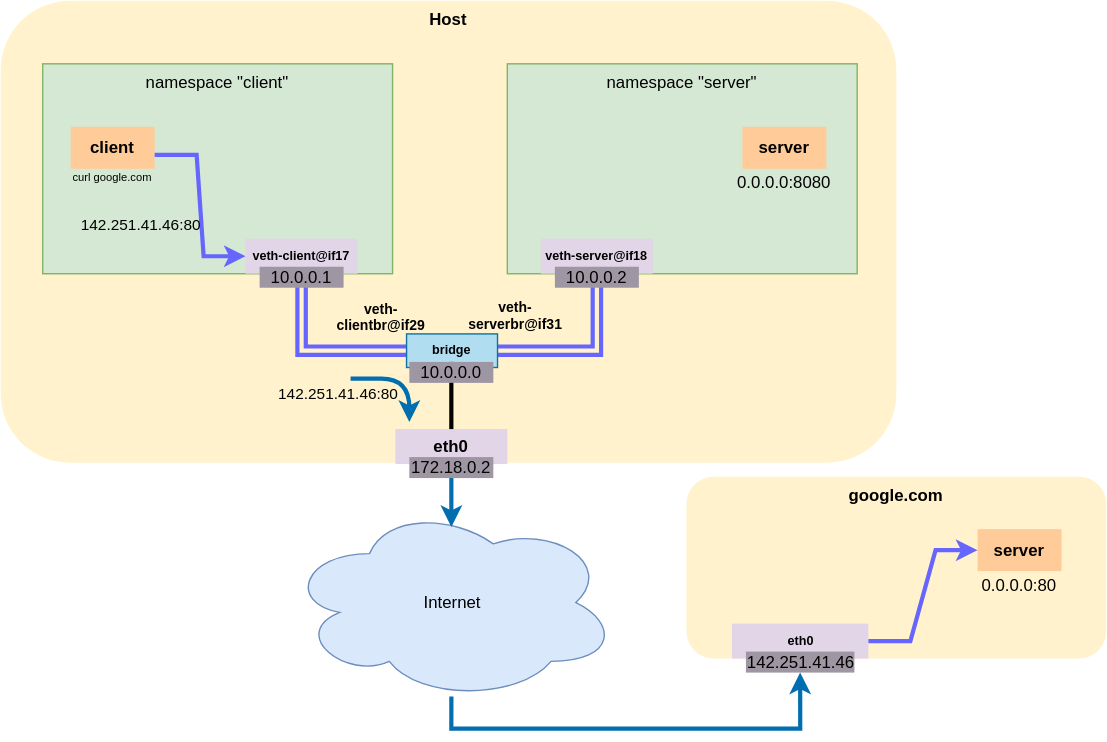
Above: assets/img/k8s-networking/pods-outbound.svg in llorllale/llorllale.github.io (draw.io), before the change. Source tidied: cells renumbered, new cells last; positions are measured from the earlier drawing's top-left corner, leaving out a move shared by most shapes.
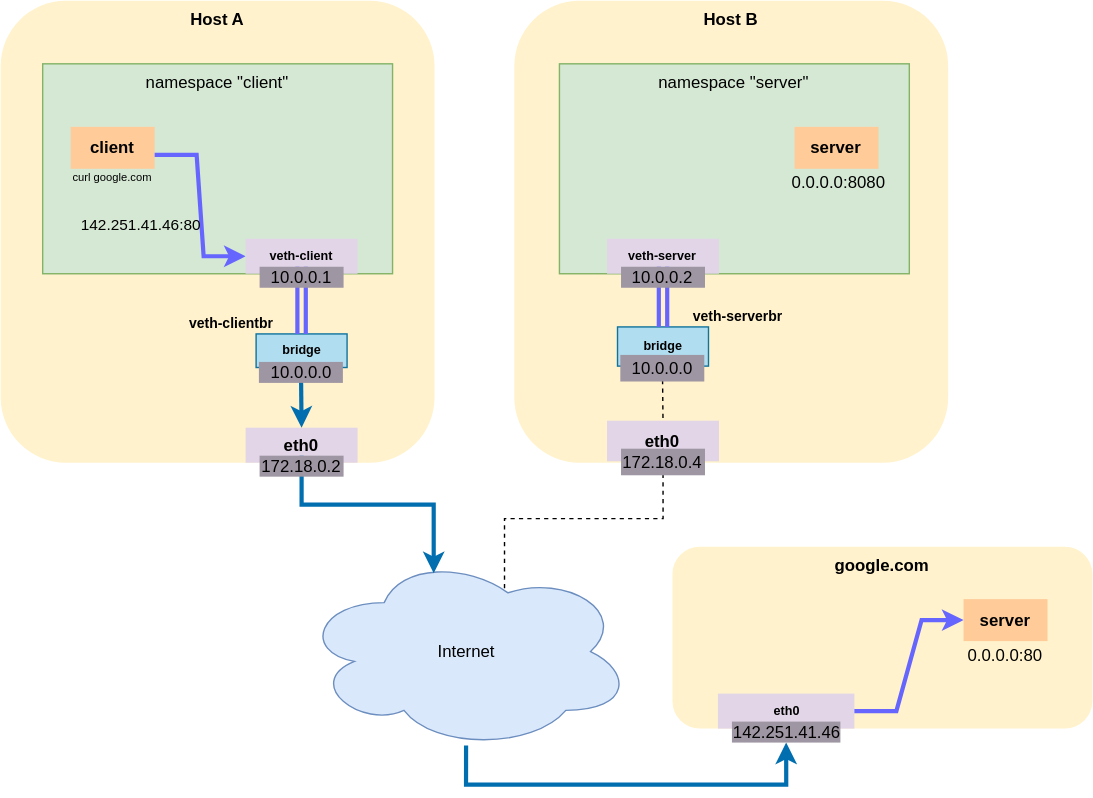
The same diagram one commit later.

The edit, as a diff of the source:
```diff
@@ -2,8 +2,11 @@
   <root>
     <mxCell id="0" />
     <mxCell id="1" parent="0" />
+    <mxCell id="34" value="Host B" style="rounded=1;whiteSpace=wrap;html=1;labelPosition=center;verticalLabelPosition=middle;align=center;verticalAlign=top;fontStyle=1;fillColor=#FFF2CC;strokeColor=none;" parent="1" vertex="1">
+      <mxGeometry x="367" width="310" height="330" as="geometry" />
+    </mxCell>
-    <mxCell id="2" value="Host" style="rounded=1;whiteSpace=wrap;html=1;labelPosition=center;verticalLabelPosition=middle;align=center;verticalAlign=top;fontStyle=1;fillColor=#FFF2CC;strokeColor=none;" parent="1" vertex="1">
-      <mxGeometry width="640" height="330" as="geometry" />
+    <mxCell id="2" value="Host A" style="rounded=1;whiteSpace=wrap;html=1;labelPosition=center;verticalLabelPosition=middle;align=center;verticalAlign=top;fontStyle=1;fillColor=#FFF2CC;strokeColor=none;" parent="1" vertex="1">
+      <mxGeometry width="310" height="330" as="geometry" />
     </mxCell>
     <mxCell id="3" value="namespace &quot;client&quot;" style="rounded=0;whiteSpace=wrap;html=1;verticalAlign=top;fillColor=#d5e8d4;strokeColor=#82b366;" parent="1" vertex="1">
       <mxGeometry x="30" y="45" width="250" height="150" as="geometry" />
@@ -21,103 +24,118 @@
         <mxPoint x="-43" y="9" as="offset" />
       </mxGeometry>
     </mxCell>
-    <mxCell id="7" value="veth-client@if17" style="rounded=0;whiteSpace=wrap;html=1;fontStyle=1;fillColor=#e1d5e7;strokeColor=none;fontSize=9;" parent="1" vertex="1">
+    <mxCell id="7" value="veth-client" style="rounded=0;whiteSpace=wrap;html=1;fontStyle=1;fillColor=#e1d5e7;strokeColor=none;fontSize=9;" parent="1" vertex="1">
       <mxGeometry x="175" y="170" width="80" height="25" as="geometry" />
     </mxCell>
     <mxCell id="8" value="eth0" style="rounded=0;whiteSpace=wrap;html=1;fontStyle=1;fillColor=#e1d5e7;strokeColor=none;" parent="1" vertex="1">
-      <mxGeometry x="282" y="306" width="80" height="25" as="geometry" />
+      <mxGeometry x="175" y="305" width="80" height="25" as="geometry" />
     </mxCell>
-    <mxCell id="9" value="172.18.0.2" style="text;html=1;strokeColor=none;fillColor=#9F96A3;align=center;verticalAlign=middle;whiteSpace=wrap;rounded=0;" parent="1" vertex="1">
-      <mxGeometry x="292" y="326" width="60" height="15" as="geometry" />
-    </mxCell>
     <mxCell id="10" value="namespace &quot;server&quot;" style="rounded=0;whiteSpace=wrap;html=1;verticalAlign=top;fillColor=#d5e8d4;strokeColor=#82b366;" parent="1" vertex="1">
-      <mxGeometry x="362" y="45" width="250" height="150" as="geometry" />
+      <mxGeometry x="399.2" y="45" width="250" height="150" as="geometry" />
     </mxCell>
     <mxCell id="11" value="server" style="rounded=0;whiteSpace=wrap;html=1;fontColor=#000000;fontStyle=1;fillColor=#FFCC99;strokeColor=none;" parent="1" vertex="1">
-      <mxGeometry x="530" y="90" width="60" height="30" as="geometry" />
+      <mxGeometry x="567.2" y="90" width="60" height="30" as="geometry" />
     </mxCell>
     <mxCell id="12" value="0.0.0.0:8080" style="text;html=1;strokeColor=none;fillColor=none;align=center;verticalAlign=middle;whiteSpace=wrap;rounded=0;" parent="1" vertex="1">
-      <mxGeometry x="530" y="115" width="60" height="30" as="geometry" />
+      <mxGeometry x="569.2" y="115" width="60" height="30" as="geometry" />
     </mxCell>
-    <mxCell id="13" value="veth-server@if18" style="rounded=0;whiteSpace=wrap;html=1;fontStyle=1;fillColor=#e1d5e7;strokeColor=none;fontSize=9;" parent="1" vertex="1">
-      <mxGeometry x="386" y="170" width="80" height="25" as="geometry" />
+    <mxCell id="13" value="veth-server" style="rounded=0;whiteSpace=wrap;html=1;fontStyle=1;fillColor=#e1d5e7;strokeColor=none;fontSize=9;" parent="1" vertex="1">
+      <mxGeometry x="433.2" y="170" width="80" height="25" as="geometry" />
     </mxCell>
-    <mxCell id="14" style="shape=link;html=1;rounded=0;strokeColor=#6666FF;fontSize=10;exitX=0.5;exitY=1;exitDx=0;exitDy=0;entryX=0.5;entryY=1;entryDx=0;entryDy=0;edgeStyle=orthogonalEdgeStyle;strokeWidth=3;" parent="1" edge="1" source="7" target="13">
-      <mxGeometry relative="1" as="geometry">
-        <Array as="points">
-          <mxPoint x="215" y="250" />
-          <mxPoint x="426" y="250" />
-        </Array>
-      </mxGeometry>
-    </mxCell>
-    <mxCell id="15" value="10.0.0.1" style="text;html=1;strokeColor=none;fillColor=#9F96A3;align=center;verticalAlign=middle;whiteSpace=wrap;rounded=0;" parent="1" vertex="1">
-      <mxGeometry x="185" y="190" width="60" height="15" as="geometry" />
-    </mxCell>
-    <mxCell id="16" value="10.0.0.2" style="text;html=1;strokeColor=none;fillColor=#9F96A3;align=center;verticalAlign=middle;whiteSpace=wrap;rounded=0;" parent="1" vertex="1">
-      <mxGeometry x="396" y="190" width="60" height="15" as="geometry" />
-    </mxCell>
     <mxCell id="17" value="bridge" style="rounded=0;whiteSpace=wrap;html=1;fontSize=9;fontStyle=1;fillColor=#b1ddf0;strokeColor=#10739e;" parent="1" vertex="1">
-      <mxGeometry x="290" y="238" width="65" height="24" as="geometry" />
+      <mxGeometry x="182.5" y="238" width="65" height="24" as="geometry" />
     </mxCell>
-    <mxCell id="18" value="veth-clientbr@if29" style="text;html=1;strokeColor=none;fillColor=none;align=center;verticalAlign=middle;whiteSpace=wrap;rounded=0;fontSize=10;fontStyle=1;" parent="1" vertex="1">
-      <mxGeometry x="242" y="211" width="60" height="30" as="geometry" />
+    <mxCell id="18" value="veth-clientbr" style="text;html=1;strokeColor=none;fillColor=none;align=center;verticalAlign=middle;whiteSpace=wrap;rounded=0;fontSize=10;fontStyle=1;" parent="1" vertex="1">
+      <mxGeometry x="130" y="215" width="70" height="30" as="geometry" />
     </mxCell>
-    <mxCell id="19" value="veth-serverbr@if31" style="text;html=1;strokeColor=none;fillColor=none;align=center;verticalAlign=middle;whiteSpace=wrap;rounded=0;fontSize=10;fontStyle=1;" parent="1" vertex="1">
-      <mxGeometry x="338" y="210" width="60" height="30" as="geometry" />
+    <mxCell id="19" value="veth-serverbr" style="text;html=1;strokeColor=none;fillColor=none;align=center;verticalAlign=middle;whiteSpace=wrap;rounded=0;fontSize=10;fontStyle=1;" parent="1" vertex="1">
+      <mxGeometry x="490" y="210" width="74.2" height="30" as="geometry" />
     </mxCell>
-    <mxCell id="20" style="endArrow=none;html=1;rounded=0;exitX=0.5;exitY=0;exitDx=0;exitDy=0;entryX=0.5;entryY=0;entryDx=0;entryDy=0;strokeWidth=3;" parent="1" edge="1" source="21" target="8">
+    <mxCell id="20" style="endArrow=classic;html=1;rounded=0;exitX=0.5;exitY=0;exitDx=0;exitDy=0;entryX=0.5;entryY=0;entryDx=0;entryDy=0;strokeWidth=3;fontSize=8;strokeColor=#006EAF;fillColor=#1ba1e2;" parent="1" edge="1" source="21" target="8">
       <mxGeometry relative="1" as="geometry" />
     </mxCell>
     <mxCell id="21" value="10.0.0.0" style="text;html=1;strokeColor=none;fillColor=#9F96A3;align=center;verticalAlign=middle;whiteSpace=wrap;rounded=0;" parent="1" vertex="1">
-      <mxGeometry x="292" y="258" width="60" height="15" as="geometry" />
+      <mxGeometry x="184.5" y="258" width="60" height="15" as="geometry" />
     </mxCell>
     <mxCell id="22" value="curl google.com" style="text;html=1;strokeColor=none;fillColor=none;align=center;verticalAlign=middle;whiteSpace=wrap;rounded=0;fontSize=8;" parent="1" vertex="1">
       <mxGeometry x="50" y="111" width="60" height="30" as="geometry" />
     </mxCell>
-    <mxCell id="23" style="endArrow=classic;html=1;rounded=0;strokeWidth=3;fontSize=8;edgeStyle=orthogonalEdgeStyle;curved=1;fillColor=#1ba1e2;strokeColor=#006EAF;" parent="1" edge="1">
-      <mxGeometry relative="1" as="geometry">
-        <mxPoint x="250" y="270" as="sourcePoint" />
-        <mxPoint x="292" y="301" as="targetPoint" />
-        <Array as="points">
-          <mxPoint x="252" y="270" />
-          <mxPoint x="292" y="270" />
-        </Array>
-      </mxGeometry>
-    </mxCell>
-    <mxCell id="24" value="142.251.41.46:80" style="edgeLabel;html=1;align=center;verticalAlign=middle;fontColor=default;labelBackgroundColor=none;" parent="1" vertex="1">
-      <mxGeometry x="240" y="280" as="geometry" />
-    </mxCell>
     <mxCell id="25" value="Internet" style="ellipse;shape=cloud;whiteSpace=wrap;html=1;fontSize=12;fillColor=#dae8fc;strokeColor=#6c8ebf;" parent="1" vertex="1">
-      <mxGeometry x="204.5" y="360" width="236" height="140" as="geometry" />
+      <mxGeometry x="215" y="395" width="236" height="140" as="geometry" />
     </mxCell>
     <mxCell id="26" value="google.com" style="rounded=1;whiteSpace=wrap;html=1;labelPosition=center;verticalLabelPosition=middle;align=center;verticalAlign=top;fontStyle=1;fillColor=#FFF2CC;strokeColor=none;" parent="1" vertex="1">
-      <mxGeometry x="490" y="340" width="300" height="130" as="geometry" />
+      <mxGeometry x="480" y="390" width="300" height="130" as="geometry" />
     </mxCell>
-    <mxCell id="27" style="endArrow=classic;html=1;rounded=0;strokeWidth=3;fontSize=12;curved=1;exitX=0.5;exitY=1;exitDx=0;exitDy=0;entryX=0.498;entryY=0.114;entryDx=0;entryDy=0;entryPerimeter=0;fillColor=#1ba1e2;strokeColor=#006EAF;" parent="1" edge="1" source="9" target="25">
-      <mxGeometry relative="1" as="geometry" />
+    <mxCell id="27" style="endArrow=classic;html=1;rounded=0;strokeWidth=3;fontSize=12;exitX=0.5;exitY=0;exitDx=0;exitDy=0;entryX=0.4;entryY=0.1;entryDx=0;entryDy=0;entryPerimeter=0;fillColor=#1ba1e2;strokeColor=#006EAF;edgeStyle=orthogonalEdgeStyle;" parent="1" edge="1" source="9" target="25">
+      <mxGeometry relative="1" as="geometry">
+        <Array as="points">
+          <mxPoint x="215" y="360" />
+          <mxPoint x="309" y="360" />
+        </Array>
+      </mxGeometry>
     </mxCell>
     <mxCell id="28" style="endArrow=classic;html=1;rounded=0;strokeWidth=3;fontSize=12;exitX=0.498;exitY=0.979;exitDx=0;exitDy=0;fillColor=#1ba1e2;strokeColor=#006EAF;exitPerimeter=0;entryX=0.5;entryY=1;entryDx=0;entryDy=0;edgeStyle=orthogonalEdgeStyle;" parent="1" edge="1" source="25" target="30">
       <mxGeometry relative="1" as="geometry">
         <Array as="points">
-          <mxPoint x="322" y="520" />
-          <mxPoint x="571" y="520" />
+          <mxPoint x="333" y="560" />
+          <mxPoint x="561" y="560" />
         </Array>
       </mxGeometry>
     </mxCell>
     <mxCell id="29" value="eth0" style="rounded=0;whiteSpace=wrap;html=1;fontStyle=1;fillColor=#e1d5e7;strokeColor=none;fontSize=9;" parent="1" vertex="1">
-      <mxGeometry x="522.5" y="445" width="97.5" height="25" as="geometry" />
+      <mxGeometry x="512.5" y="495" width="97.5" height="25" as="geometry" />
     </mxCell>
     <mxCell id="30" value="142.251.41.46" style="text;html=1;strokeColor=none;fillColor=#9F96A3;align=center;verticalAlign=middle;whiteSpace=wrap;rounded=0;fontSize=12;" parent="1" vertex="1">
-      <mxGeometry x="532.5" y="465" width="77.5" height="15" as="geometry" />
+      <mxGeometry x="522.5" y="515" width="77.5" height="15" as="geometry" />
     </mxCell>
     <mxCell id="31" value="server" style="rounded=0;whiteSpace=wrap;html=1;fontColor=#000000;fontStyle=1;fillColor=#FFCC99;strokeColor=none;" parent="1" vertex="1">
-      <mxGeometry x="698" y="377.5" width="60" height="30" as="geometry" />
+      <mxGeometry x="688" y="427.5" width="60" height="30" as="geometry" />
     </mxCell>
     <mxCell id="32" value="0.0.0.0:80" style="text;html=1;strokeColor=none;fillColor=none;align=center;verticalAlign=middle;whiteSpace=wrap;rounded=0;" parent="1" vertex="1">
-      <mxGeometry x="698" y="402.5" width="60" height="30" as="geometry" />
+      <mxGeometry x="688" y="452.5" width="60" height="30" as="geometry" />
     </mxCell>
     <mxCell id="33" style="endArrow=classic;html=1;rounded=0;strokeWidth=3;elbow=vertical;strokeColor=#6666FF;fillColor=#f8cecc;edgeStyle=entityRelationEdgeStyle;entryX=0;entryY=0.5;entryDx=0;entryDy=0;exitX=1;exitY=0.5;exitDx=0;exitDy=0;" parent="1" edge="1" source="29" target="31">
       <mxGeometry relative="1" as="geometry" />
     </mxCell>
+    <mxCell id="35" style="shape=link;html=1;rounded=0;fontSize=10;strokeColor=#6666FF;strokeWidth=3;exitX=0.5;exitY=0;exitDx=0;exitDy=0;entryX=0.5;entryY=0;entryDx=0;entryDy=0;" parent="1" edge="1" source="15" target="17">
+      <mxGeometry relative="1" as="geometry" />
+    </mxCell>
+    <mxCell id="15" value="10.0.0.1" style="text;html=1;strokeColor=none;fillColor=#9F96A3;align=center;verticalAlign=middle;whiteSpace=wrap;rounded=0;" parent="1" vertex="1">
+      <mxGeometry x="185" y="190" width="60" height="15" as="geometry" />
+    </mxCell>
+    <mxCell id="36" value="eth0" style="rounded=0;whiteSpace=wrap;html=1;fontStyle=1;fillColor=#e1d5e7;strokeColor=none;" parent="1" vertex="1">
+      <mxGeometry x="433.2" y="300" width="80" height="29" as="geometry" />
+    </mxCell>
+    <mxCell id="37" value="bridge" style="rounded=0;whiteSpace=wrap;html=1;fontSize=9;fontStyle=1;fillColor=#b1ddf0;strokeColor=#10739e;" parent="1" vertex="1">
+      <mxGeometry x="440.8" y="233" width="65" height="28" as="geometry" />
+    </mxCell>
+    <mxCell id="38" style="endArrow=none;html=1;rounded=0;exitX=0.5;exitY=0;exitDx=0;exitDy=0;entryX=0.5;entryY=0;entryDx=0;entryDy=0;strokeWidth=1;fontSize=8;strokeColor=#000000;fillColor=#1ba1e2;endFill=0;dashed=1;" parent="1" edge="1" source="39" target="36">
+      <mxGeometry relative="1" as="geometry" />
+    </mxCell>
+    <mxCell id="39" value="10.0.0.0" style="text;html=1;strokeColor=none;fillColor=#9F96A3;align=center;verticalAlign=middle;whiteSpace=wrap;rounded=0;" parent="1" vertex="1">
+      <mxGeometry x="442.8" y="253" width="60" height="19" as="geometry" />
+    </mxCell>
+    <mxCell id="40" style="shape=link;html=1;rounded=0;fontSize=10;strokeColor=#6666FF;strokeWidth=3;exitX=0.5;exitY=0;exitDx=0;exitDy=0;entryX=0.5;entryY=0;entryDx=0;entryDy=0;" parent="1" edge="1" source="16" target="37">
+      <mxGeometry relative="1" as="geometry" />
+    </mxCell>
+    <mxCell id="16" value="10.0.0.2" style="text;html=1;strokeColor=none;fillColor=#9F96A3;align=center;verticalAlign=middle;whiteSpace=wrap;rounded=0;" parent="1" vertex="1">
+      <mxGeometry x="443.2" y="190" width="60" height="15" as="geometry" />
+    </mxCell>
+    <mxCell id="9" value="172.18.0.2" style="text;html=1;strokeColor=none;fillColor=#9F96A3;align=center;verticalAlign=middle;whiteSpace=wrap;rounded=0;" parent="1" vertex="1">
+      <mxGeometry x="185" y="325" width="60" height="15" as="geometry" />
+    </mxCell>
+    <mxCell id="41" style="endArrow=none;html=1;rounded=0;strokeWidth=1;fontSize=12;exitX=0.5;exitY=0;exitDx=0;exitDy=0;fillColor=#1ba1e2;strokeColor=#000000;edgeStyle=orthogonalEdgeStyle;endFill=0;dashed=1;" parent="1" edge="1" source="42">
+      <mxGeometry relative="1" as="geometry">
+        <mxPoint x="360" y="421" as="targetPoint" />
+        <Array as="points">
+          <mxPoint x="473" y="370" />
+          <mxPoint x="360" y="370" />
+          <mxPoint x="360" y="421" />
+        </Array>
+      </mxGeometry>
+    </mxCell>
+    <mxCell id="42" value="172.18.0.4" style="text;html=1;strokeColor=none;fillColor=#9F96A3;align=center;verticalAlign=middle;whiteSpace=wrap;rounded=0;" parent="1" vertex="1">
+      <mxGeometry x="443.2" y="320" width="60" height="19" as="geometry" />
+    </mxCell>
   </root>
 </mxGraphModel>
```
